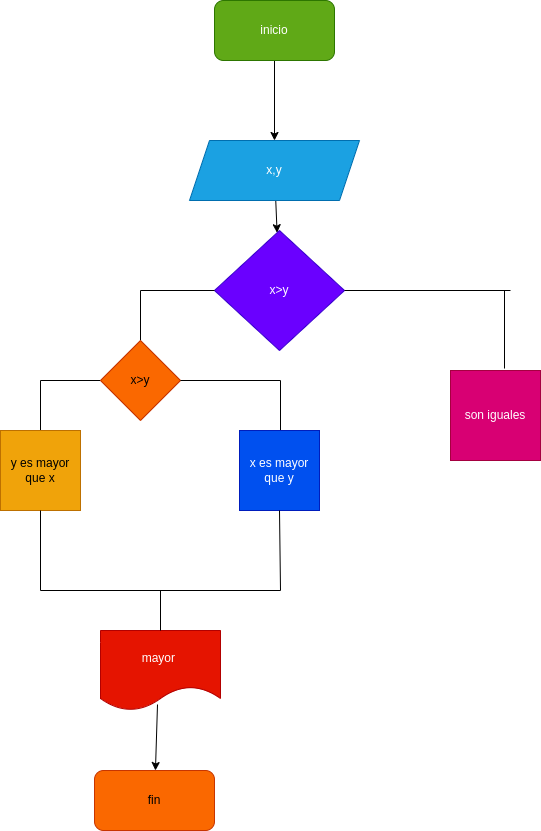
This is diagrama.png from lizethcifuentes/llamada_telefonica, a draw.io export, as it was before one commit. Source tidied: cells renumbered, new cells last; positions are measured from the earlier drawing's top-left corner, leaving out a move shared by most shapes.
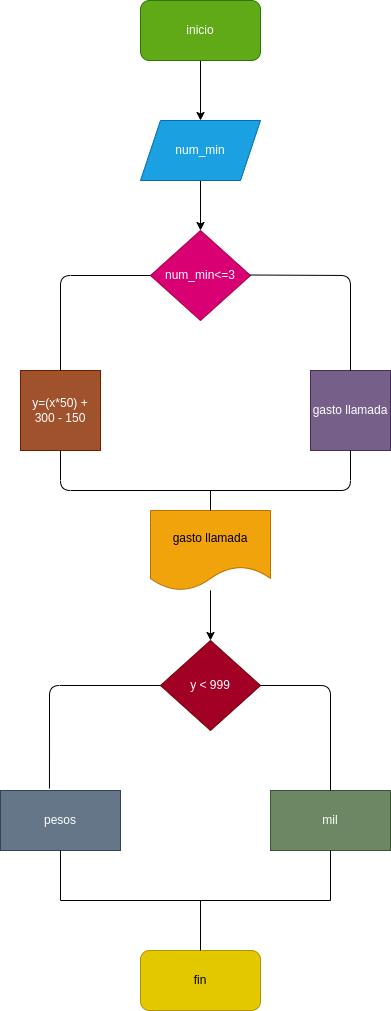
Above is the later version.

What changed in the source:
```diff
@@ -2,109 +2,107 @@
   <root>
     <mxCell id="0" />
     <mxCell id="1" parent="0" />
-    <mxCell id="2" style="edgeStyle=none;html=1;" parent="1" edge="1" source="3" target="5">
-      <mxGeometry relative="1" as="geometry" />
-    </mxCell>
+    <mxCell id="27" style="edgeStyle=none;html=1;" parent="1" edge="1" source="3" target="5">
+      <mxGeometry relative="1" as="geometry" />
+    </mxCell>
     <mxCell id="3" value="inicio" style="rounded=1;whiteSpace=wrap;html=1;fillColor=#60a917;fontColor=#ffffff;strokeColor=#2D7600;" parent="1" vertex="1">
-      <mxGeometry x="214" width="120" height="60" as="geometry" />
+      <mxGeometry x="170" y="10" width="120" height="60" as="geometry" />
     </mxCell>
-    <mxCell id="4" style="edgeStyle=none;html=1;" parent="1" edge="1" source="5" target="7">
-      <mxGeometry relative="1" as="geometry" />
-    </mxCell>
+    <mxCell id="7" style="edgeStyle=none;html=1;" parent="1" edge="1" source="5" target="28">
+      <mxGeometry relative="1" as="geometry" />
+    </mxCell>
-    <mxCell id="5" value="x,y" style="shape=parallelogram;perimeter=parallelogramPerimeter;whiteSpace=wrap;html=1;fixedSize=1;fillColor=#1ba1e2;fontColor=#ffffff;strokeColor=#006EAF;" parent="1" vertex="1">
-      <mxGeometry x="189" y="140" width="170" height="60" as="geometry" />
+    <mxCell id="5" value="num_min" style="shape=parallelogram;perimeter=parallelogramPerimeter;whiteSpace=wrap;html=1;fixedSize=1;fillColor=#1ba1e2;fontColor=#ffffff;strokeColor=#006EAF;" parent="1" vertex="1">
+      <mxGeometry x="170" y="130" width="120" height="60" as="geometry" />
     </mxCell>
-    <mxCell id="6" style="edgeStyle=none;html=1;" parent="1" edge="1" target="7">
-      <mxGeometry relative="1" as="geometry">
-        <mxPoint x="275.5" y="290" as="sourcePoint" />
-      </mxGeometry>
-    </mxCell>
-    <mxCell id="7" value="x&amp;gt;y" style="rhombus;whiteSpace=wrap;html=1;fillColor=#6a00ff;fontColor=#ffffff;strokeColor=#3700CC;" parent="1" vertex="1">
-      <mxGeometry x="214" y="230" width="130" height="120" as="geometry" />
-    </mxCell>
+    <mxCell id="28" value="num_min&amp;lt;=3" style="rhombus;whiteSpace=wrap;html=1;fillColor=#d80073;fontColor=#ffffff;strokeColor=#A50040;" parent="1" vertex="1">
+      <mxGeometry x="180" y="240" width="100" height="90" as="geometry" />
+    </mxCell>
+    <mxCell id="29" value="y=(x*50) + 300 - 150" style="whiteSpace=wrap;html=1;fillColor=#a0522d;fontColor=#ffffff;strokeColor=#6D1F00;" parent="1" vertex="1">
+      <mxGeometry x="50" y="380" width="80" height="80" as="geometry" />
+    </mxCell>
-    <mxCell id="8" value="son iguales" style="whiteSpace=wrap;html=1;fillColor=#d80073;fontColor=#ffffff;strokeColor=#A50040;" parent="1" vertex="1">
-      <mxGeometry x="450" y="370" width="90" height="90" as="geometry" />
+    <mxCell id="8" value="gasto llamada" style="whiteSpace=wrap;html=1;fillColor=#76608a;strokeColor=#432D57;fontColor=#ffffff;" parent="1" vertex="1">
+      <mxGeometry x="340" y="380" width="80" height="80" as="geometry" />
     </mxCell>
-    <mxCell id="9" style="edgeStyle=none;html=1;exitX=0.475;exitY=0.925;exitDx=0;exitDy=0;exitPerimeter=0;" parent="1" edge="1" source="10" target="11">
+    <mxCell id="9" style="edgeStyle=none;html=1;" parent="1" edge="1" source="10" target="11">
       <mxGeometry relative="1" as="geometry" />
     </mxCell>
-    <mxCell id="10" value="mayor&amp;nbsp;" style="shape=document;whiteSpace=wrap;html=1;boundedLbl=1;fillColor=#e51400;fontColor=#ffffff;strokeColor=#B20000;" parent="1" vertex="1">
-      <mxGeometry x="100" y="630" width="120" height="80" as="geometry" />
+    <mxCell id="10" value="gasto llamada" style="shape=document;whiteSpace=wrap;html=1;boundedLbl=1;fillColor=#f0a30a;fontColor=#000000;strokeColor=#BD7000;" parent="1" vertex="1">
+      <mxGeometry x="180" y="520" width="120" height="80" as="geometry" />
     </mxCell>
-    <mxCell id="11" value="fin" style="rounded=1;whiteSpace=wrap;html=1;fillColor=#fa6800;fontColor=#000000;strokeColor=#C73500;" parent="1" vertex="1">
-      <mxGeometry x="94" y="770" width="120" height="60" as="geometry" />
+    <mxCell id="11" value="y &amp;lt; 999" style="rhombus;whiteSpace=wrap;html=1;fillColor=#a20025;fontColor=#ffffff;strokeColor=#6F0000;" parent="1" vertex="1">
+      <mxGeometry x="190" y="650" width="100" height="90" as="geometry" />
     </mxCell>
+    <mxCell id="2" value="pesos" style="rounded=0;whiteSpace=wrap;html=1;fillColor=#647687;fontColor=#ffffff;strokeColor=#314354;" parent="1" vertex="1">
+      <mxGeometry x="30" y="800" width="120" height="60" as="geometry" />
+    </mxCell>
+    <mxCell id="30" value="mil" style="rounded=0;whiteSpace=wrap;html=1;fillColor=#6d8764;fontColor=#ffffff;strokeColor=#3A5431;" parent="1" vertex="1">
+      <mxGeometry x="300" y="800" width="120" height="60" as="geometry" />
+    </mxCell>
+    <mxCell id="6" value="fin" style="rounded=1;whiteSpace=wrap;html=1;fillColor=#e3c800;fontColor=#000000;strokeColor=#B09500;" parent="1" vertex="1">
+      <mxGeometry x="170" y="960" width="120" height="60" as="geometry" />
+    </mxCell>
-    <mxCell id="12" style="endArrow=none;html=1;entryX=1;entryY=0.5;entryDx=0;entryDy=0;" parent="1" edge="1" target="7">
+    <mxCell id="12" style="endArrow=none;html=1;entryX=0.5;entryY=1;entryDx=0;entryDy=0;" parent="1" edge="1" target="30">
       <mxGeometry relative="1" as="geometry">
-        <mxPoint x="510" y="290" as="sourcePoint" />
+        <mxPoint x="360" y="910" as="sourcePoint" />
       </mxGeometry>
     </mxCell>
-    <mxCell id="13" style="endArrow=none;html=1;exitX=0.6;exitY=-0.022;exitDx=0;exitDy=0;exitPerimeter=0;" parent="1" edge="1" source="8">
+    <mxCell id="13" style="endArrow=none;html=1;entryX=0.5;entryY=1;entryDx=0;entryDy=0;" parent="1" edge="1" target="2">
       <mxGeometry relative="1" as="geometry">
-        <mxPoint x="504" y="290" as="targetPoint" />
+        <mxPoint x="90" y="910" as="sourcePoint" />
       </mxGeometry>
     </mxCell>
-    <mxCell id="14" style="endArrow=none;html=1;entryX=0;entryY=0.5;entryDx=0;entryDy=0;" parent="1" edge="1" target="7">
+    <mxCell id="14" style="endArrow=none;html=1;" parent="1" edge="1">
       <mxGeometry relative="1" as="geometry">
-        <mxPoint x="140" y="290" as="sourcePoint" />
+        <mxPoint x="90" y="910" as="sourcePoint" />
+        <mxPoint x="360" y="910" as="targetPoint" />
       </mxGeometry>
     </mxCell>
-    <mxCell id="15" style="endArrow=none;html=1;" parent="1" edge="1" target="19">
+    <mxCell id="15" style="endArrow=none;html=1;exitX=0.5;exitY=0;exitDx=0;exitDy=0;" parent="1" edge="1" source="6">
       <mxGeometry relative="1" as="geometry">
-        <mxPoint x="140" y="290" as="sourcePoint" />
+        <mxPoint x="230" y="910" as="targetPoint" />
       </mxGeometry>
     </mxCell>
-    <mxCell id="16" style="endArrow=none;html=1;" parent="1" edge="1">
-      <mxGeometry relative="1" as="geometry">
-        <mxPoint x="40" y="590" as="sourcePoint" />
-        <mxPoint x="280" y="590" as="targetPoint" />
-      </mxGeometry>
-    </mxCell>
-    <mxCell id="17" style="endArrow=none;html=1;entryX=0;entryY=0.5;entryDx=0;entryDy=0;" parent="1" edge="1" target="19">
-      <mxGeometry relative="1" as="geometry">
-        <mxPoint x="40" y="380" as="sourcePoint" />
-      </mxGeometry>
-    </mxCell>
+    <mxCell id="31" style="endArrow=none;html=1;entryX=0;entryY=0.5;entryDx=0;entryDy=0;exitX=0.408;exitY=-0.033;exitDx=0;exitDy=0;exitPerimeter=0;" parent="1" edge="1" source="2" target="11">
+      <mxGeometry relative="1" as="geometry">
+        <Array as="points">
+          <mxPoint x="79" y="695" />
+        </Array>
+      </mxGeometry>
+    </mxCell>
+    <mxCell id="32" style="endArrow=none;html=1;entryX=1;entryY=0.5;entryDx=0;entryDy=0;exitX=0.5;exitY=0;exitDx=0;exitDy=0;" parent="1" edge="1" source="30" target="11">
+      <mxGeometry relative="1" as="geometry">
+        <Array as="points">
+          <mxPoint x="360" y="695" />
+        </Array>
+      </mxGeometry>
+    </mxCell>
-    <mxCell id="18" style="endArrow=none;html=1;entryX=0.5;entryY=0;entryDx=0;entryDy=0;" parent="1" edge="1" target="10">
+    <mxCell id="18" style="endArrow=none;html=1;exitX=0.5;exitY=0;exitDx=0;exitDy=0;" parent="1" edge="1" source="8">
       <mxGeometry relative="1" as="geometry">
-        <mxPoint x="160" y="590" as="sourcePoint" />
+        <mxPoint x="280" y="284.5" as="targetPoint" />
+        <Array as="points">
+          <mxPoint x="380" y="285" />
+        </Array>
       </mxGeometry>
     </mxCell>
-    <mxCell id="19" value="x&amp;gt;y" style="rhombus;whiteSpace=wrap;html=1;fillColor=#fa6800;fontColor=#000000;strokeColor=#C73500;" parent="1" vertex="1">
-      <mxGeometry x="100" y="340" width="80" height="80" as="geometry" />
-    </mxCell>
+    <mxCell id="33" style="endArrow=none;html=1;entryX=0;entryY=0.5;entryDx=0;entryDy=0;exitX=0.5;exitY=0;exitDx=0;exitDy=0;" parent="1" edge="1" source="29" target="28">
+      <mxGeometry relative="1" as="geometry">
+        <Array as="points">
+          <mxPoint x="90" y="285" />
+        </Array>
+      </mxGeometry>
+    </mxCell>
-    <mxCell id="20" style="endArrow=none;html=1;entryX=1;entryY=0.5;entryDx=0;entryDy=0;" parent="1" edge="1" target="19">
+    <mxCell id="20" style="endArrow=none;html=1;entryX=0.5;entryY=1;entryDx=0;entryDy=0;exitX=0.5;exitY=1;exitDx=0;exitDy=0;" parent="1" edge="1" source="29" target="8">
       <mxGeometry relative="1" as="geometry">
-        <mxPoint x="280" y="380" as="sourcePoint" />
+        <Array as="points">
+          <mxPoint x="90" y="500" />
+          <mxPoint x="380" y="500" />
+        </Array>
       </mxGeometry>
     </mxCell>
-    <mxCell id="21" style="endArrow=none;html=1;" parent="1" edge="1">
+    <mxCell id="21" style="endArrow=none;html=1;exitX=0.5;exitY=0;exitDx=0;exitDy=0;" parent="1" edge="1" source="10">
       <mxGeometry relative="1" as="geometry">
-        <mxPoint x="280" y="450" as="sourcePoint" />
-        <mxPoint x="280" y="380" as="targetPoint" />
+        <mxPoint x="240" y="500" as="targetPoint" />
       </mxGeometry>
     </mxCell>
-    <mxCell id="22" style="endArrow=none;html=1;" parent="1" edge="1">
-      <mxGeometry relative="1" as="geometry">
-        <mxPoint x="40" y="450" as="sourcePoint" />
-        <mxPoint x="40" y="380" as="targetPoint" />
-      </mxGeometry>
-    </mxCell>
-    <mxCell id="23" value="x es mayor que y" style="whiteSpace=wrap;html=1;fillColor=#0050ef;fontColor=#ffffff;strokeColor=#001DBC;" parent="1" vertex="1">
-      <mxGeometry x="239" y="430" width="80" height="80" as="geometry" />
-    </mxCell>
-    <mxCell id="24" value="y es mayor que x" style="whiteSpace=wrap;html=1;fillColor=#f0a30a;fontColor=#000000;strokeColor=#BD7000;" parent="1" vertex="1">
-      <mxGeometry y="430" width="80" height="80" as="geometry" />
-    </mxCell>
-    <mxCell id="25" style="endArrow=none;html=1;entryX=0.5;entryY=1;entryDx=0;entryDy=0;" parent="1" edge="1" target="23">
-      <mxGeometry relative="1" as="geometry">
-        <mxPoint x="280" y="590" as="sourcePoint" />
-      </mxGeometry>
-    </mxCell>
-    <mxCell id="26" style="endArrow=none;html=1;exitX=0.5;exitY=1;exitDx=0;exitDy=0;" parent="1" edge="1" source="24">
-      <mxGeometry relative="1" as="geometry">
-        <mxPoint x="40" y="590" as="targetPoint" />
-      </mxGeometry>
-    </mxCell>
   </root>
 </mxGraphModel>
```
